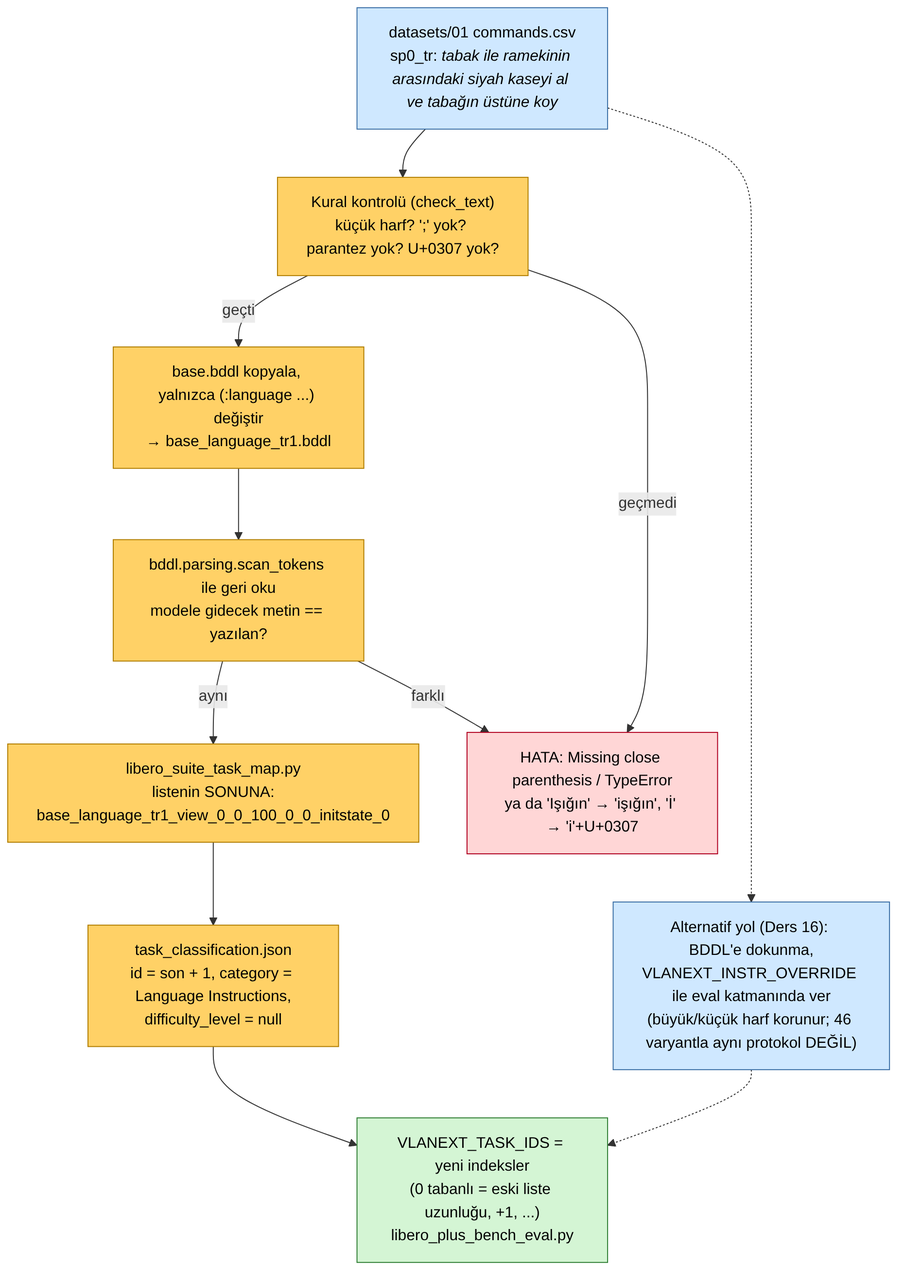
Above: lectures/images/lecture-17/08-tr-variant-pipeline.png in mesutd0nmez/vla-robot-learning-tr (Mermaid), before the change. Its source is kept beside it as lectures/images/lecture-17/08-tr-variant-pipeline.mmd. Source of this version:
```mermaid
flowchart TD
    classDef key fill:#ffd166,stroke:#b07d00,color:#000
    classDef inp fill:#cfe8ff,stroke:#3a6ea5,color:#000
    classDef out fill:#d4f5d4,stroke:#2e7d32,color:#000
    classDef bad fill:#ffd6d6,stroke:#b00020,color:#000

    D["datasets/01 commands.csv<br/>sp0_tr: <i>tabak ile ramekinin arasındaki siyah kaseyi al ve tabağın üstüne koy</i>"]:::inp
    K["Kural kontrolü (check_text)<br/>küçük harf? ';' yok? parantez yok? U+0307 yok?"]:::key
    F["base.bddl kopyala, yalnızca (:language ...) değiştir<br/>→ base_language_tr1.bddl"]:::key
    P["bddl.parsing.scan_tokens ile geri oku<br/>modele gidecek metin == yazılan?"]:::key
    M["libero_suite_task_map.py<br/>listenin SONUNA:<br/>base_language_tr1_view_0_0_100_0_0_initstate_0"]:::key
    J["task_classification.json<br/>id = son + 1, category = Language Instructions,<br/>difficulty_level = null"]:::key
    E["VLANEXT_TASK_IDS = yeni indeksler<br/>(0 tabanlı = eski liste uzunluğu, +1, ...)<br/>libero_plus_bench_eval.py"]:::out
    X["HATA: Missing close parenthesis / TypeError<br/>ya da 'Işığın' → 'işığın', 'İ' → 'i'+U+0307"]:::bad
    ALT["Alternatif yol (Ders 16): BDDL'e dokunma,<br/>VLANEXT_INSTR_OVERRIDE ile eval katmanında ver<br/>(büyük/küçük harf korunur; 46 varyantla aynı protokol DEĞİL)"]:::inp

    D --> K
    K -- geçti --> F --> P
    K -- geçmedi --> X
    P -- aynı --> M --> J --> E
    P -- farklı --> X
    D -.-> ALT -.-> E
```
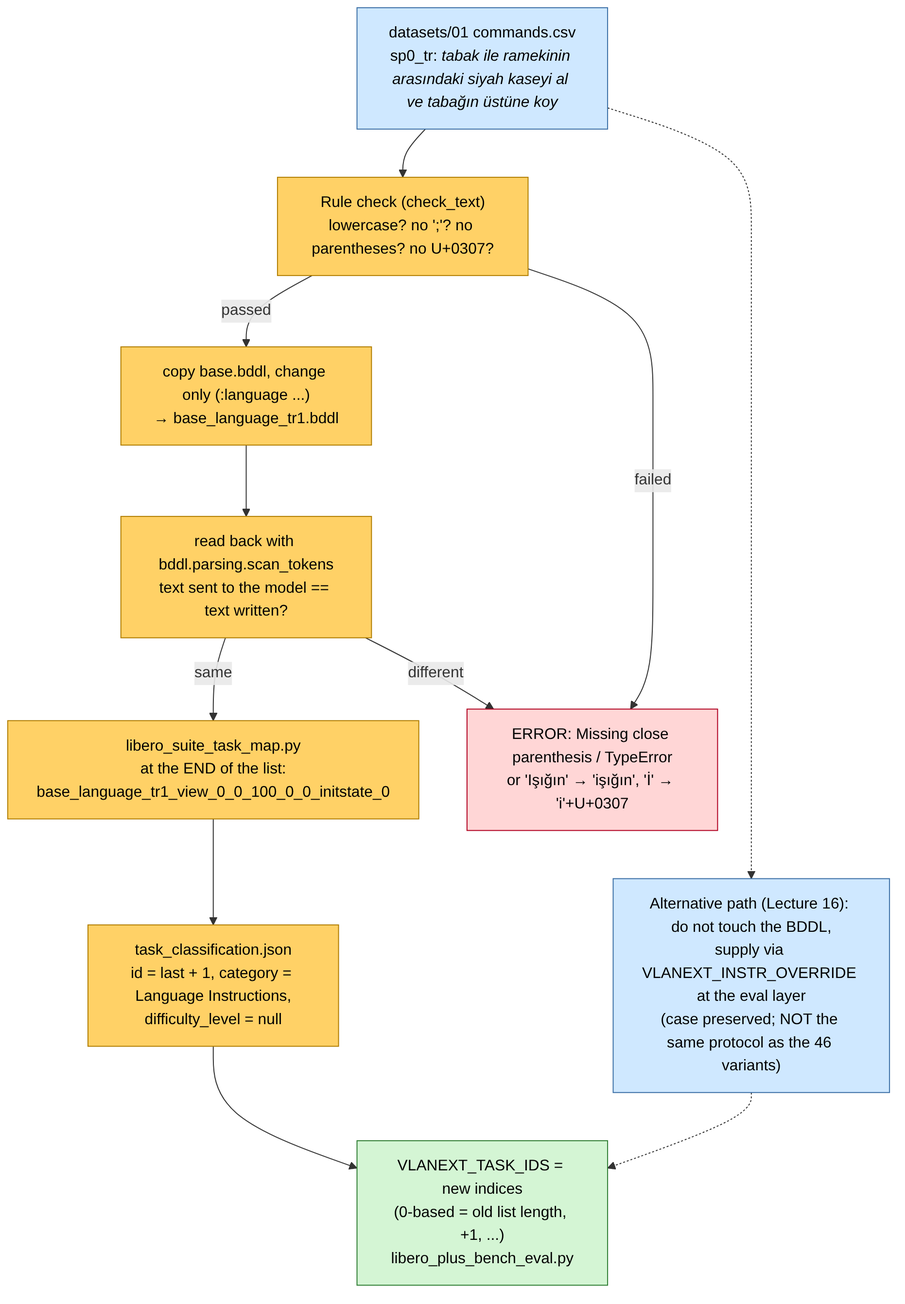
The same file after the commit.

Change to the diagram source:
```diff
@@ -5,18 +5,18 @@
     classDef bad fill:#ffd6d6,stroke:#b00020,color:#000
 
     D["datasets/01 commands.csv<br/>sp0_tr: <i>tabak ile ramekinin arasındaki siyah kaseyi al ve tabağın üstüne koy</i>"]:::inp
-    K["Kural kontrolü (check_text)<br/>küçük harf? ';' yok? parantez yok? U+0307 yok?"]:::key
-    F["base.bddl kopyala, yalnızca (:language ...) değiştir<br/>→ base_language_tr1.bddl"]:::key
-    P["bddl.parsing.scan_tokens ile geri oku<br/>modele gidecek metin == yazılan?"]:::key
-    M["libero_suite_task_map.py<br/>listenin SONUNA:<br/>base_language_tr1_view_0_0_100_0_0_initstate_0"]:::key
-    J["task_classification.json<br/>id = son + 1, category = Language Instructions,<br/>difficulty_level = null"]:::key
-    E["VLANEXT_TASK_IDS = yeni indeksler<br/>(0 tabanlı = eski liste uzunluğu, +1, ...)<br/>libero_plus_bench_eval.py"]:::out
-    X["HATA: Missing close parenthesis / TypeError<br/>ya da 'Işığın' → 'işığın', 'İ' → 'i'+U+0307"]:::bad
-    ALT["Alternatif yol (Ders 16): BDDL'e dokunma,<br/>VLANEXT_INSTR_OVERRIDE ile eval katmanında ver<br/>(büyük/küçük harf korunur; 46 varyantla aynı protokol DEĞİL)"]:::inp
+    K["Rule check (check_text)<br/>lowercase? no ';'? no parentheses? no U+0307?"]:::key
+    F["copy base.bddl, change only (:language ...)<br/>→ base_language_tr1.bddl"]:::key
+    P["read back with bddl.parsing.scan_tokens<br/>text sent to the model == text written?"]:::key
+    M["libero_suite_task_map.py<br/>at the END of the list:<br/>base_language_tr1_view_0_0_100_0_0_initstate_0"]:::key
+    J["task_classification.json<br/>id = last + 1, category = Language Instructions,<br/>difficulty_level = null"]:::key
+    E["VLANEXT_TASK_IDS = new indices<br/>(0-based = old list length, +1, ...)<br/>libero_plus_bench_eval.py"]:::out
+    X["ERROR: Missing close parenthesis / TypeError<br/>or 'Işığın' → 'işığın', 'İ' → 'i'+U+0307"]:::bad
+    ALT["Alternative path (Lecture 16): do not touch the BDDL,<br/>supply via VLANEXT_INSTR_OVERRIDE at the eval layer<br/>(case preserved; NOT the same protocol as the 46 variants)"]:::inp
 
     D --> K
-    K -- geçti --> F --> P
-    K -- geçmedi --> X
-    P -- aynı --> M --> J --> E
-    P -- farklı --> X
+    K -- passed --> F --> P
+    K -- failed --> X
+    P -- same --> M --> J --> E
+    P -- different --> X
     D -.-> ALT -.-> E
```
